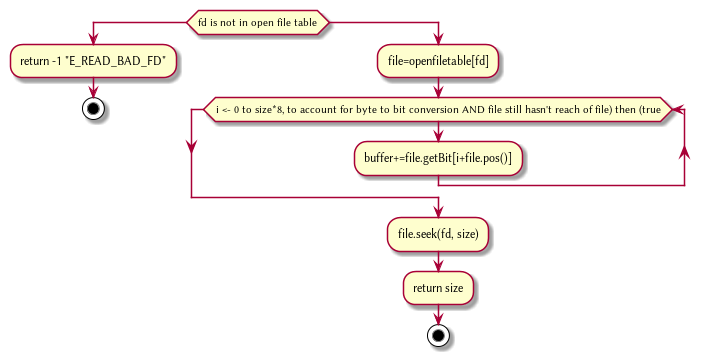
Earlier version of the PlantUML export Plant/FileREAD.png (HawaiinPizza/CIS-450-final-project).
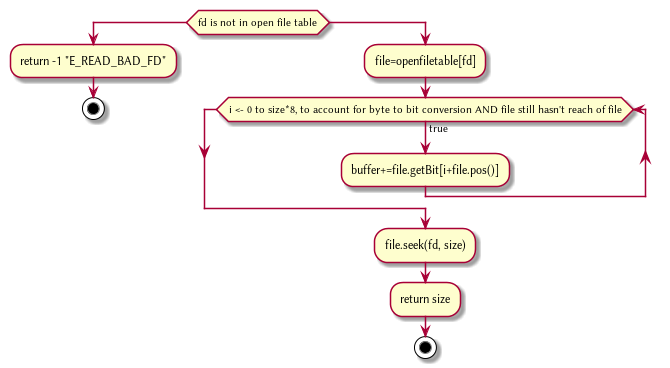
The same file after the commit.

What changed in the source:
```diff
@@ -4,7 +4,7 @@
 	   stop
    else
 	   :file=openfiletable[fd];
-	   while (i <- 0 to size*8, to account for byte to bit conversion AND file still hasn't reach of file) then (true)
+	   while (i <- 0 to size*8, to account for byte to bit conversion AND file still hasn't reach of file) is (true)
 		   :buffer+=file.getBit[i+file.pos()];
 
 	   endwhile
```
